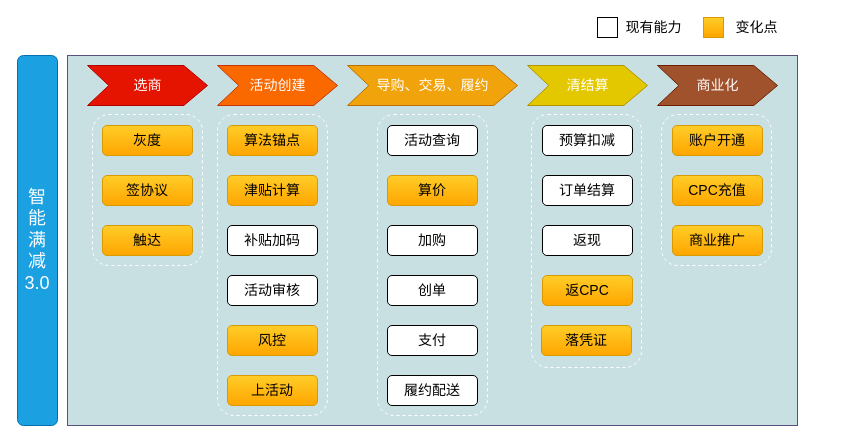
The draw.io diagram page "业务架构" (1 of 5) of 智能满减.drawio in jon-kong/draw.io, before the edit. Source tidied: cells renumbered, new cells numbered last; positions are measured from the earlier drawing's top-left corner, leaving out a move shared by most shapes. Both pictures are drawn from the tidied source at 100%, with x=0, y=0 at pixel (17, 17).
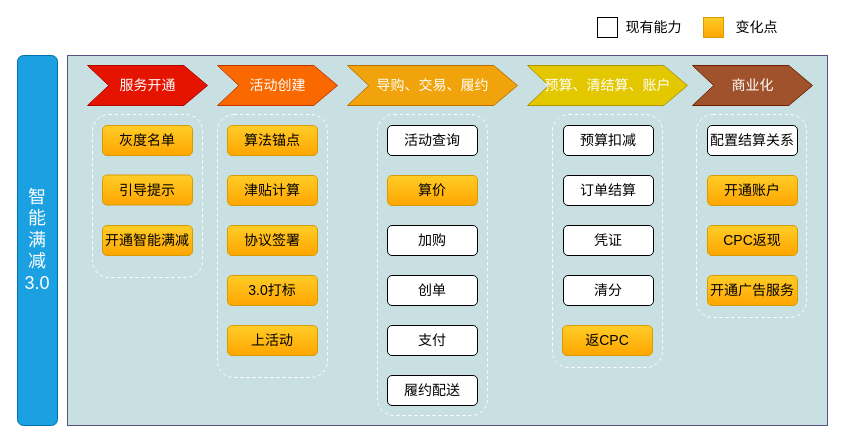
Above is the later version.

What changed in the source:
```diff
@@
     <mxCell id="2" style="rounded=0;whiteSpace=wrap;html=1;fontSize=18;strokeColor=#56517e;fillColor=#C9E0E2;" parent="1" vertex="1">
-      <mxGeometry x="50" y="38" width="730" height="370" as="geometry" />
+      <mxGeometry x="50" y="38" width="760" height="370" as="geometry" />
     </mxCell>
     <mxCell id="3" style="rounded=1;whiteSpace=wrap;html=1;fontSize=14;dashed=1;fillColor=none;strokeColor=#FFFFFF;" parent="1" vertex="1">
-      <mxGeometry x="644" y="97" width="110" height="151" as="geometry" />
+      <mxGeometry x="679" y="97" width="110" height="203" as="geometry" />
     </mxCell>
     <mxCell id="4" style="rounded=1;whiteSpace=wrap;html=1;fontSize=14;dashed=1;fillColor=none;strokeColor=#FFFFFF;strokeWidth=1;" parent="1" vertex="1">
-      <mxGeometry x="514" y="97" width="110" height="253" as="geometry" />
+      <mxGeometry x="535" y="97" width="110" height="253" as="geometry" />
     </mxCell>
@@
     <mxCell id="6" style="rounded=1;whiteSpace=wrap;html=1;fontSize=14;dashed=1;fillColor=none;strokeColor=#FFFFFF;" parent="1" vertex="1">
-      <mxGeometry x="200" y="97" width="110" height="301" as="geometry" />
+      <mxGeometry x="200" y="97" width="110" height="263" as="geometry" />
     </mxCell>
     <mxCell id="7" style="rounded=1;whiteSpace=wrap;html=1;fontSize=14;dashed=1;fillColor=none;strokeColor=#FFFFFF;" parent="1" vertex="1">
-      <mxGeometry x="75" y="97" width="110" height="151" as="geometry" />
+      <mxGeometry x="75" y="97" width="110" height="163" as="geometry" />
     </mxCell>
@@
-    <mxCell id="11" value="清结算" style="html=1;shadow=0;dashed=0;align=center;verticalAlign=middle;shape=mxgraph.arrows2.arrow;dy=0;dx=23.73;notch=21.27;fontSize=14;fillColor=#e3c800;strokeColor=#B09500;fontColor=#ffffff;" parent="1" vertex="1">
-      <mxGeometry x="510" y="48" width="120" height="40" as="geometry" />
+    <mxCell id="11" value="预算、清结算、账户" style="html=1;shadow=0;dashed=0;align=center;verticalAlign=middle;shape=mxgraph.arrows2.arrow;dy=0;dx=23.73;notch=21.27;fontSize=14;fillColor=#e3c800;strokeColor=#B09500;fontColor=#ffffff;" parent="1" vertex="1">
+      <mxGeometry x="510" y="48" width="160" height="40" as="geometry" />
     </mxCell>
     <mxCell id="12" value="商业化" style="html=1;shadow=0;dashed=0;align=center;verticalAlign=middle;shape=mxgraph.arrows2.arrow;dy=0;dx=23.73;notch=21.27;fontSize=14;fillColor=#a0522d;strokeColor=#6D1F00;fontColor=#ffffff;" parent="1" vertex="1">
-      <mxGeometry x="640" y="48" width="120" height="40" as="geometry" />
+      <mxGeometry x="675" y="48" width="120" height="40" as="geometry" />
     </mxCell>
@@
-    <mxCell id="15" value="补贴加码" style="rounded=1;whiteSpace=wrap;html=1;fontSize=14;" parent="1" vertex="1">
+    <mxCell id="15" value="协议签署" style="rounded=1;whiteSpace=wrap;html=1;fontSize=14;gradientColor=#ffa500;fillColor=#ffcd28;strokeColor=#d79b00;" parent="1" vertex="1">
       <mxGeometry x="210" y="208" width="90" height="30" as="geometry" />
     </mxCell>
-    <mxCell id="16" value="活动审核" style="rounded=1;whiteSpace=wrap;html=1;fontSize=14;" parent="1" vertex="1">
+    <mxCell id="16" value="3.0打标" style="rounded=1;whiteSpace=wrap;html=1;fontSize=14;gradientColor=#ffa500;fillColor=#ffcd28;strokeColor=#d79b00;" parent="1" vertex="1">
       <mxGeometry x="210" y="258" width="90" height="30" as="geometry" />
     </mxCell>
-    <mxCell id="17" value="风控" style="rounded=1;whiteSpace=wrap;html=1;fontSize=14;gradientColor=#ffa500;fillColor=#ffcd28;strokeColor=#d79b00;" parent="1" vertex="1">
+    <mxCell id="17" value="上活动" style="rounded=1;whiteSpace=wrap;html=1;fontSize=14;gradientColor=#ffa500;fillColor=#ffcd28;strokeColor=#d79b00;" parent="1" vertex="1">
       <mxGeometry x="210" y="308" width="90" height="30" as="geometry" />
     </mxCell>
-    <mxCell id="18" value="上活动" style="rounded=1;whiteSpace=wrap;html=1;fontSize=14;fillColor=#ffcd28;strokeColor=#d79b00;gradientColor=#ffa500;" parent="1" vertex="1">
-      <mxGeometry x="210" y="358" width="90" height="30" as="geometry" />
-    </mxCell>
@@
     <mxCell id="23" value="预算扣减" style="rounded=1;whiteSpace=wrap;html=1;fontSize=14;" parent="1" vertex="1">
-      <mxGeometry x="525" y="108" width="90" height="30" as="geometry" />
+      <mxGeometry x="546" y="108" width="90" height="30" as="geometry" />
     </mxCell>
     <mxCell id="24" value="订单结算" style="rounded=1;whiteSpace=wrap;html=1;fontSize=14;" parent="1" vertex="1">
-      <mxGeometry x="525" y="158" width="90" height="30" as="geometry" />
+      <mxGeometry x="546" y="158" width="90" height="30" as="geometry" />
     </mxCell>
-    <mxCell id="25" value="返现" style="rounded=1;whiteSpace=wrap;html=1;fontSize=14;" parent="1" vertex="1">
-      <mxGeometry x="525" y="208" width="90" height="30" as="geometry" />
+    <mxCell id="25" value="凭证" style="rounded=1;whiteSpace=wrap;html=1;fontSize=14;" parent="1" vertex="1">
+      <mxGeometry x="546" y="208" width="90" height="30" as="geometry" />
     </mxCell>
-    <mxCell id="26" value="返CPC" style="rounded=1;whiteSpace=wrap;html=1;fontSize=14;gradientColor=#ffa500;fillColor=#ffcd28;strokeColor=#d79b00;" parent="1" vertex="1">
-      <mxGeometry x="525" y="258" width="90" height="30" as="geometry" />
+    <mxCell id="26" value="清分" style="rounded=1;whiteSpace=wrap;html=1;fontSize=14;" parent="1" vertex="1">
+      <mxGeometry x="546" y="258" width="90" height="30" as="geometry" />
     </mxCell>
@@
-    <mxCell id="29" value="选商" style="html=1;shadow=0;dashed=0;align=center;verticalAlign=middle;shape=mxgraph.arrows2.arrow;dy=0;dx=23.73;notch=21.27;fontSize=14;fillColor=#e51400;strokeColor=#B20000;fontColor=#ffffff;" parent="1" vertex="1">
+    <mxCell id="29" value="服务开通" style="html=1;shadow=0;dashed=0;align=center;verticalAlign=middle;shape=mxgraph.arrows2.arrow;dy=0;dx=23.73;notch=21.27;fontSize=14;fillColor=#e51400;strokeColor=#B20000;fontColor=#ffffff;" parent="1" vertex="1">
       <mxGeometry x="70" y="48" width="120" height="40" as="geometry" />
     </mxCell>
-    <mxCell id="30" value="灰度" style="rounded=1;whiteSpace=wrap;html=1;fontSize=14;gradientColor=#ffa500;fillColor=#ffcd28;strokeColor=#d79b00;" parent="1" vertex="1">
+    <mxCell id="30" value="灰度名单" style="rounded=1;whiteSpace=wrap;html=1;fontSize=14;gradientColor=#ffa500;fillColor=#ffcd28;strokeColor=#d79b00;" parent="1" vertex="1">
       <mxGeometry x="85" y="108" width="90" height="30" as="geometry" />
     </mxCell>
-    <mxCell id="31" value="签协议" style="rounded=1;whiteSpace=wrap;html=1;fontSize=14;gradientColor=#ffa500;fillColor=#ffcd28;strokeColor=#d79b00;" parent="1" vertex="1">
-      <mxGeometry x="85" y="158" width="90" height="30" as="geometry" />
-    </mxCell>
-    <mxCell id="32" value="触达" style="rounded=1;whiteSpace=wrap;html=1;fontSize=14;gradientColor=#ffa500;fillColor=#ffcd28;strokeColor=#d79b00;" parent="1" vertex="1">
-      <mxGeometry x="85" y="208" width="90" height="30" as="geometry" />
+    <mxCell id="32" value="引导提示" style="rounded=1;whiteSpace=wrap;html=1;fontSize=14;gradientColor=#ffa500;fillColor=#ffcd28;strokeColor=#d79b00;" parent="1" vertex="1">
+      <mxGeometry x="85" y="157.5" width="90" height="30" as="geometry" />
     </mxCell>
-    <mxCell id="33" value="账户开通" style="rounded=1;whiteSpace=wrap;html=1;fontSize=14;gradientColor=#ffa500;fillColor=#ffcd28;strokeColor=#d79b00;" parent="1" vertex="1">
-      <mxGeometry x="655" y="108" width="90" height="30" as="geometry" />
+    <mxCell id="33" value="配置结算关系" style="rounded=1;whiteSpace=wrap;html=1;fontSize=14;" parent="1" vertex="1">
+      <mxGeometry x="690" y="108" width="90" height="30" as="geometry" />
     </mxCell>
-    <mxCell id="34" value="CPC充值" style="rounded=1;whiteSpace=wrap;html=1;fontSize=14;gradientColor=#ffa500;fillColor=#ffcd28;strokeColor=#d79b00;" parent="1" vertex="1">
-      <mxGeometry x="655" y="158" width="90" height="30" as="geometry" />
+    <mxCell id="34" value="开通账户" style="rounded=1;whiteSpace=wrap;html=1;fontSize=14;gradientColor=#ffa500;fillColor=#ffcd28;strokeColor=#d79b00;" parent="1" vertex="1">
+      <mxGeometry x="690" y="158" width="90" height="30" as="geometry" />
     </mxCell>
-    <mxCell id="35" value="商业推广" style="rounded=1;whiteSpace=wrap;html=1;fontSize=14;gradientColor=#ffa500;fillColor=#ffcd28;strokeColor=#d79b00;" parent="1" vertex="1">
-      <mxGeometry x="655" y="208" width="90" height="30" as="geometry" />
+    <mxCell id="35" value="CPC返现" style="rounded=1;whiteSpace=wrap;html=1;fontSize=14;gradientColor=#ffa500;fillColor=#ffcd28;strokeColor=#d79b00;" parent="1" vertex="1">
+      <mxGeometry x="690" y="208" width="90" height="30" as="geometry" />
     </mxCell>
@@
-    <mxCell id="40" value="落凭证" style="rounded=1;whiteSpace=wrap;html=1;fontSize=14;gradientColor=#ffa500;fillColor=#ffcd28;strokeColor=#d79b00;" parent="1" vertex="1">
-      <mxGeometry x="524" y="308" width="90" height="30" as="geometry" />
+    <mxCell id="40" value="返CPC" style="rounded=1;whiteSpace=wrap;html=1;fontSize=14;gradientColor=#ffa500;fillColor=#ffcd28;strokeColor=#d79b00;" parent="1" vertex="1">
+      <mxGeometry x="545" y="308" width="90" height="30" as="geometry" />
     </mxCell>
+    <mxCell id="41" value="开通智能满减" style="rounded=1;whiteSpace=wrap;html=1;fontSize=14;gradientColor=#ffa500;fillColor=#ffcd28;strokeColor=#d79b00;" parent="1" vertex="1">
+      <mxGeometry x="85" y="208" width="90" height="30" as="geometry" />
+    </mxCell>
+    <mxCell id="42" value="开通广告服务" style="rounded=1;whiteSpace=wrap;html=1;fontSize=14;gradientColor=#ffa500;fillColor=#ffcd28;strokeColor=#d79b00;" parent="1" vertex="1">
+      <mxGeometry x="690" y="258" width="90" height="30" as="geometry" />
+    </mxCell>
```
